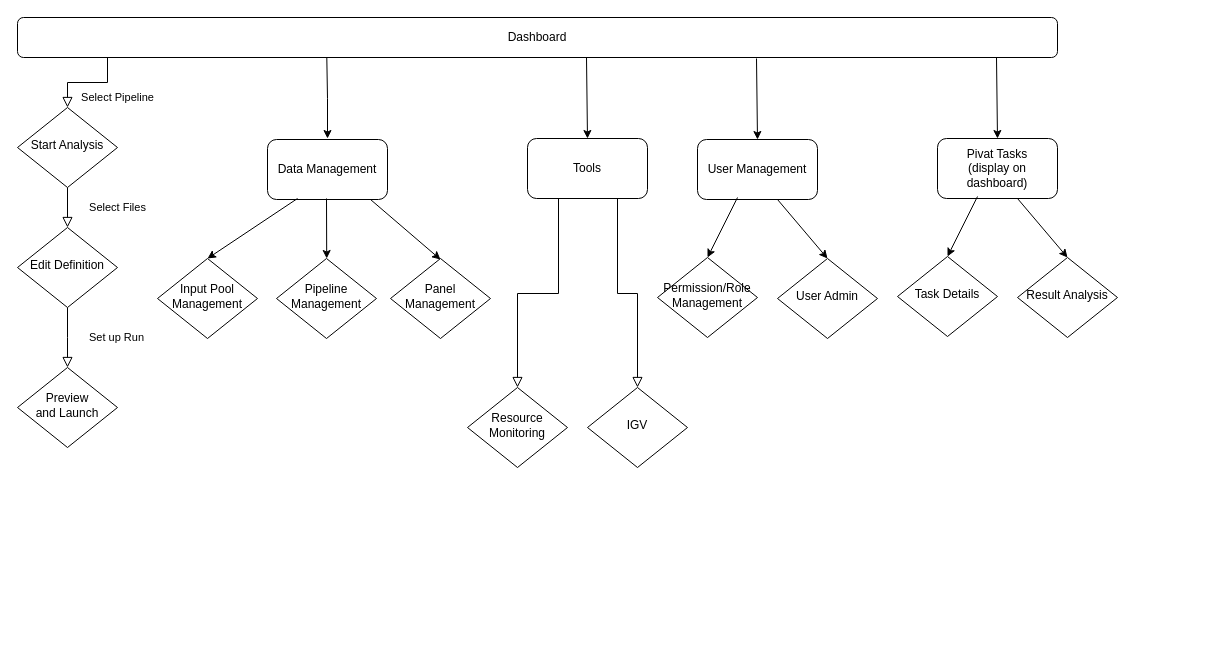
reggaebass/pilar-test keeps this draw.io diagram as Untitled Diagram.drawio. Above is the earlier version. Source tidied: cells renumbered, new cells numbered last; positions are measured from the earlier drawing's top-left corner, leaving out a move shared by most shapes. Both pictures are drawn from the tidied source at 100%, with x=0, y=0 at pixel (17, 17).
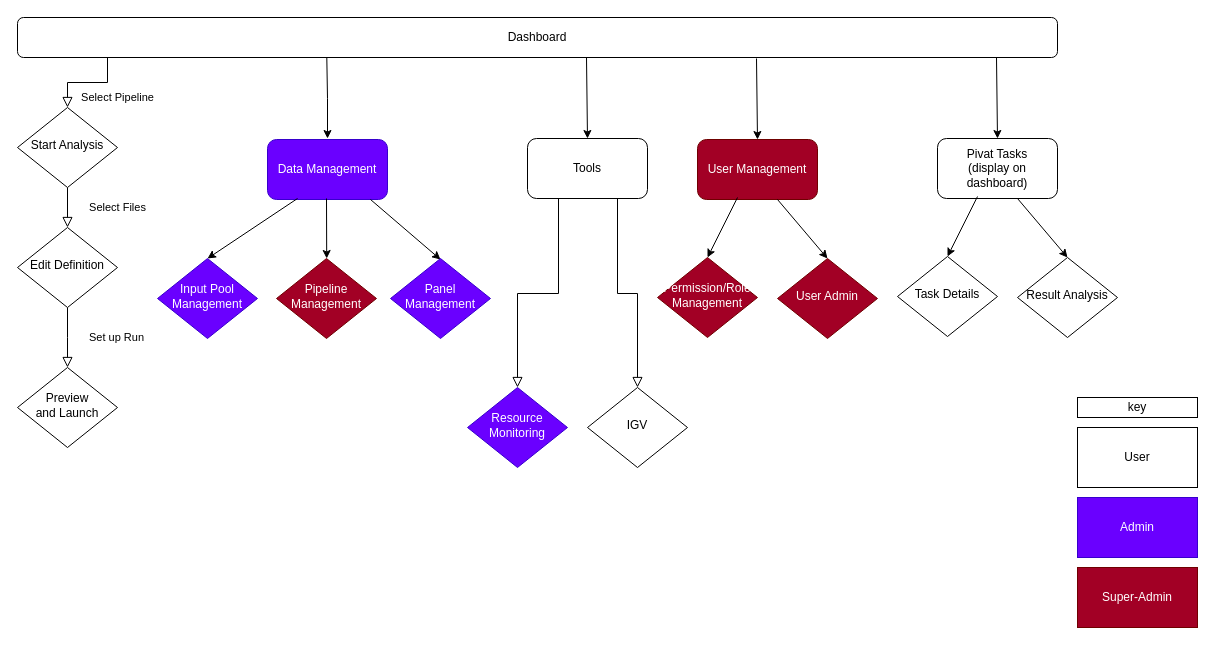
The same page after the edit.

Change to the diagram source:
```diff
@@
-    <mxCell id="10" value="Data Management" style="rounded=1;whiteSpace=wrap;html=1;" parent="1" vertex="1">
+    <mxCell id="10" value="Data Management" style="rounded=1;whiteSpace=wrap;html=1;fillColor=#6a00ff;fontColor=#ffffff;strokeColor=#3700CC;" parent="1" vertex="1">
       <mxGeometry x="250" y="122" width="120" height="60" as="geometry" />
     </mxCell>
@@
-    <mxCell id="16" value="Panel Management" style="rhombus;whiteSpace=wrap;html=1;shadow=0;fontFamily=Helvetica;fontSize=12;align=center;strokeWidth=1;spacing=6;spacingTop=-4;" parent="1" vertex="1">
+    <mxCell id="16" value="Panel Management" style="rhombus;whiteSpace=wrap;html=1;shadow=0;fontFamily=Helvetica;fontSize=12;align=center;strokeWidth=1;spacing=6;spacingTop=-4;fillColor=#6a00ff;fontColor=#ffffff;strokeColor=#3700CC;" parent="1" vertex="1">
       <mxGeometry x="373" y="241" width="100" height="80" as="geometry" />
     </mxCell>
-    <mxCell id="17" value="Resource&lt;br&gt;Monitoring" style="rhombus;whiteSpace=wrap;html=1;shadow=0;fontFamily=Helvetica;fontSize=12;align=center;strokeWidth=1;spacing=6;spacingTop=-4;" parent="1" vertex="1">
+    <mxCell id="17" value="Resource&lt;br&gt;Monitoring" style="rhombus;whiteSpace=wrap;html=1;shadow=0;fontFamily=Helvetica;fontSize=12;align=center;strokeWidth=1;spacing=6;spacingTop=-4;fillColor=#6a00ff;fontColor=#ffffff;strokeColor=#3700CC;" parent="1" vertex="1">
       <mxGeometry x="450" y="370" width="100" height="80" as="geometry" />
     </mxCell>
@@
-    <mxCell id="19" value="Pipeline&lt;br&gt;Management" style="rhombus;whiteSpace=wrap;html=1;shadow=0;fontFamily=Helvetica;fontSize=12;align=center;strokeWidth=1;spacing=6;spacingTop=-4;" parent="1" vertex="1">
+    <mxCell id="19" value="Pipeline&lt;br&gt;Management" style="rhombus;whiteSpace=wrap;html=1;shadow=0;fontFamily=Helvetica;fontSize=12;align=center;strokeWidth=1;spacing=6;spacingTop=-4;fillColor=#a20025;fontColor=#ffffff;strokeColor=#6F0000;" parent="1" vertex="1">
       <mxGeometry x="259" y="241" width="100" height="80" as="geometry" />
     </mxCell>
-    <mxCell id="20" value="Input Pool&lt;br&gt;Management" style="rhombus;whiteSpace=wrap;html=1;shadow=0;fontFamily=Helvetica;fontSize=12;align=center;strokeWidth=1;spacing=6;spacingTop=-4;" parent="1" vertex="1">
+    <mxCell id="20" value="Input Pool&lt;br&gt;Management" style="rhombus;whiteSpace=wrap;html=1;shadow=0;fontFamily=Helvetica;fontSize=12;align=center;strokeWidth=1;spacing=6;spacingTop=-4;fillColor=#6a00ff;fontColor=#ffffff;strokeColor=#3700CC;" parent="1" vertex="1">
       <mxGeometry x="140" y="241" width="100" height="80" as="geometry" />
     </mxCell>
@@
-    <mxCell id="24" value="User Management" style="rounded=1;whiteSpace=wrap;html=1;" parent="1" vertex="1">
+    <mxCell id="24" value="User Management" style="rounded=1;whiteSpace=wrap;html=1;fillColor=#a20025;fontColor=#ffffff;strokeColor=#6F0000;" parent="1" vertex="1">
       <mxGeometry x="680" y="122" width="120" height="60" as="geometry" />
     </mxCell>
@@
-    <mxCell id="26" value="User Admin" style="rhombus;whiteSpace=wrap;html=1;shadow=0;fontFamily=Helvetica;fontSize=12;align=center;strokeWidth=1;spacing=6;spacingTop=-4;" parent="1" vertex="1">
+    <mxCell id="26" value="User Admin" style="rhombus;whiteSpace=wrap;html=1;shadow=0;fontFamily=Helvetica;fontSize=12;align=center;strokeWidth=1;spacing=6;spacingTop=-4;fillColor=#a20025;fontColor=#ffffff;strokeColor=#6F0000;" parent="1" vertex="1">
       <mxGeometry x="760" y="241" width="100" height="80" as="geometry" />
     </mxCell>
-    <mxCell id="27" value="Permission/Role&lt;br&gt;Management" style="rhombus;whiteSpace=wrap;html=1;shadow=0;fontFamily=Helvetica;fontSize=12;align=center;strokeWidth=1;spacing=6;spacingTop=-4;" parent="1" vertex="1">
+    <mxCell id="27" value="Permission/Role&lt;br&gt;Management" style="rhombus;whiteSpace=wrap;html=1;shadow=0;fontFamily=Helvetica;fontSize=12;align=center;strokeWidth=1;spacing=6;spacingTop=-4;fillColor=#a20025;fontColor=#ffffff;strokeColor=#6F0000;" parent="1" vertex="1">
       <mxGeometry x="640" y="240" width="100" height="80" as="geometry" />
     </mxCell>
@@
+    <mxCell id="35" value="Admin" style="rounded=0;whiteSpace=wrap;html=1;fillColor=#6a00ff;fontColor=#ffffff;strokeColor=#3700CC;" parent="1" vertex="1">
+      <mxGeometry x="1060" y="480" width="120" height="60" as="geometry" />
+    </mxCell>
+    <mxCell id="36" value="Super-Admin" style="rounded=0;whiteSpace=wrap;html=1;fillColor=#a20025;fontColor=#ffffff;strokeColor=#6F0000;" parent="1" vertex="1">
+      <mxGeometry x="1060" y="550" width="120" height="60" as="geometry" />
+    </mxCell>
+    <mxCell id="37" value="User" style="rounded=0;whiteSpace=wrap;html=1;" parent="1" vertex="1">
+      <mxGeometry x="1060" y="410" width="120" height="60" as="geometry" />
+    </mxCell>
+    <mxCell id="38" value="key" style="whiteSpace=wrap;html=1;" parent="1" vertex="1">
+      <mxGeometry x="1060" y="380" width="120" height="20" as="geometry" />
+    </mxCell>
```
